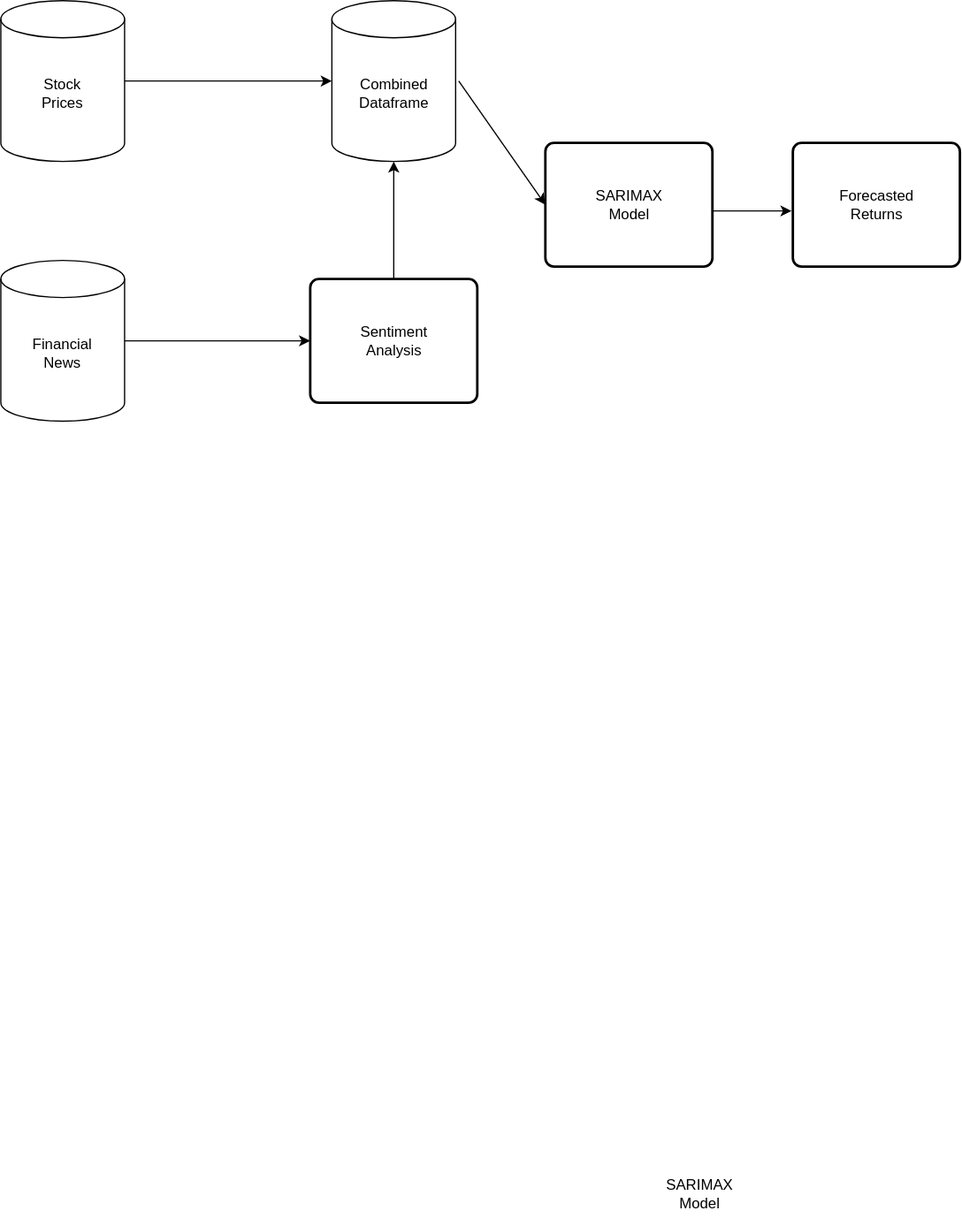
The draw.io diagram docs/figures/wireframe.svg in jiroamato/Stock-Trend-Prediction-With-NLP, before a commit. Source tidied: cells renumbered, new cells last; positions are measured from the earlier drawing's top-left corner, leaving out a move shared by most shapes. Source of this version:
```xml
<mxGraphModel>
  <root>
    <mxCell id="0" />
    <mxCell id="1" parent="0" />
    <mxCell id="2" style="shape=cylinder3;whiteSpace=wrap;html=1;boundedLbl=1;backgroundOutline=1;size=15;gradientColor=none;fillStyle=solid;fillColor=#FFFFFF;strokeColor=#000000;" parent="1" vertex="1">
      <mxGeometry y="210" width="100" height="130" as="geometry" />
    </mxCell>
    <mxCell id="3" value="Financial&lt;div&gt;News&lt;/div&gt;" style="text;strokeColor=none;align=center;fillColor=none;html=1;verticalAlign=middle;whiteSpace=wrap;rounded=0;" parent="1" vertex="1">
      <mxGeometry x="20" y="270" width="60" height="30" as="geometry" />
    </mxCell>
    <mxCell id="4" style="rounded=1;whiteSpace=wrap;html=1;absoluteArcSize=1;arcSize=14;strokeWidth=2;strokeColor=#000000;fillColor=#FFFFFF;" parent="1" vertex="1">
      <mxGeometry x="250" y="225" width="135" height="100" as="geometry" />
    </mxCell>
    <mxCell id="5" value="Sentiment&lt;div&gt;Analysis&lt;/div&gt;" style="text;strokeColor=none;align=center;fillColor=none;html=1;verticalAlign=middle;whiteSpace=wrap;rounded=0;" parent="1" vertex="1">
      <mxGeometry x="272.5" y="250" width="90" height="50" as="geometry" />
    </mxCell>
    <mxCell id="6" style="shape=cylinder3;whiteSpace=wrap;html=1;boundedLbl=1;backgroundOutline=1;size=15;gradientColor=none;fillStyle=solid;fillColor=#FFFFFF;strokeColor=#000000;" parent="1" vertex="1">
      <mxGeometry width="100" height="130" as="geometry" />
    </mxCell>
    <mxCell id="7" value="Stock Prices" style="text;strokeColor=none;align=center;fillColor=none;html=1;verticalAlign=middle;whiteSpace=wrap;rounded=0;" parent="1" vertex="1">
      <mxGeometry x="20" y="60" width="60" height="30" as="geometry" />
    </mxCell>
    <mxCell id="8" style="shape=cylinder3;whiteSpace=wrap;html=1;boundedLbl=1;backgroundOutline=1;size=15;gradientColor=none;fillStyle=solid;fillColor=#FFFFFF;strokeColor=#000000;" parent="1" vertex="1">
      <mxGeometry x="267.5" width="100" height="130" as="geometry" />
    </mxCell>
    <mxCell id="9" value="Combined Dataframe" style="text;strokeColor=none;align=center;fillColor=none;html=1;verticalAlign=middle;whiteSpace=wrap;rounded=0;" parent="1" vertex="1">
      <mxGeometry x="272.5" y="50" width="90" height="50" as="geometry" />
    </mxCell>
    <mxCell id="10" style="rounded=1;whiteSpace=wrap;html=1;absoluteArcSize=1;arcSize=14;strokeWidth=2;strokeColor=#000000;fillColor=#FFFFFF;" parent="1" vertex="1">
      <mxGeometry x="440" y="115" width="135" height="100" as="geometry" />
    </mxCell>
    <mxCell id="11" value="SARIMAX Model" style="text;strokeColor=none;align=center;fillColor=none;html=1;verticalAlign=middle;whiteSpace=wrap;rounded=0;" parent="1" vertex="1">
      <mxGeometry x="520" y="940" width="90" height="50" as="geometry" />
    </mxCell>
    <mxCell id="12" style="endArrow=classic;html=1;rounded=0;exitX=1;exitY=0.5;exitDx=0;exitDy=0;exitPerimeter=0;entryX=0;entryY=0.5;entryDx=0;entryDy=0;" parent="1" edge="1" source="2" target="4">
      <mxGeometry relative="1" as="geometry" />
    </mxCell>
    <mxCell id="13" value="SARIMAX Model" style="text;strokeColor=none;align=center;fillColor=none;html=1;verticalAlign=middle;whiteSpace=wrap;rounded=0;" parent="1" vertex="1">
      <mxGeometry x="462.5" y="140" width="90" height="50" as="geometry" />
    </mxCell>
    <mxCell id="14" style="endArrow=classic;html=1;rounded=0;exitX=1;exitY=0.5;exitDx=0;exitDy=0;exitPerimeter=0;entryX=0;entryY=0.5;entryDx=0;entryDy=0;entryPerimeter=0;" parent="1" edge="1" source="6" target="8">
      <mxGeometry relative="1" as="geometry" />
    </mxCell>
    <mxCell id="15" style="endArrow=classic;html=1;rounded=0;entryX=0;entryY=0.5;entryDx=0;entryDy=0;" parent="1" edge="1" target="10">
      <mxGeometry relative="1" as="geometry">
        <mxPoint x="370" y="65" as="sourcePoint" />
      </mxGeometry>
    </mxCell>
    <mxCell id="16" style="rounded=1;whiteSpace=wrap;html=1;absoluteArcSize=1;arcSize=14;strokeWidth=2;strokeColor=#000000;fillColor=#FFFFFF;" parent="1" vertex="1">
      <mxGeometry x="640" y="115" width="135" height="100" as="geometry" />
    </mxCell>
    <mxCell id="17" value="Forecasted Returns" style="text;strokeColor=none;align=center;fillColor=none;html=1;verticalAlign=middle;whiteSpace=wrap;rounded=0;" parent="1" vertex="1">
      <mxGeometry x="662.5" y="140" width="90" height="50" as="geometry" />
    </mxCell>
    <mxCell id="18" style="endArrow=classic;html=1;rounded=0;exitX=0.5;exitY=0;exitDx=0;exitDy=0;entryX=0.5;entryY=1;entryDx=0;entryDy=0;entryPerimeter=0;" parent="1" edge="1" source="4" target="8">
      <mxGeometry relative="1" as="geometry" />
    </mxCell>
    <mxCell id="19" style="endArrow=classic;html=1;rounded=0;" parent="1" edge="1">
      <mxGeometry relative="1" as="geometry">
        <mxPoint x="575" y="170" as="sourcePoint" />
        <mxPoint x="639" y="170" as="targetPoint" />
      </mxGeometry>
    </mxCell>
  </root>
</mxGraphModel>
```
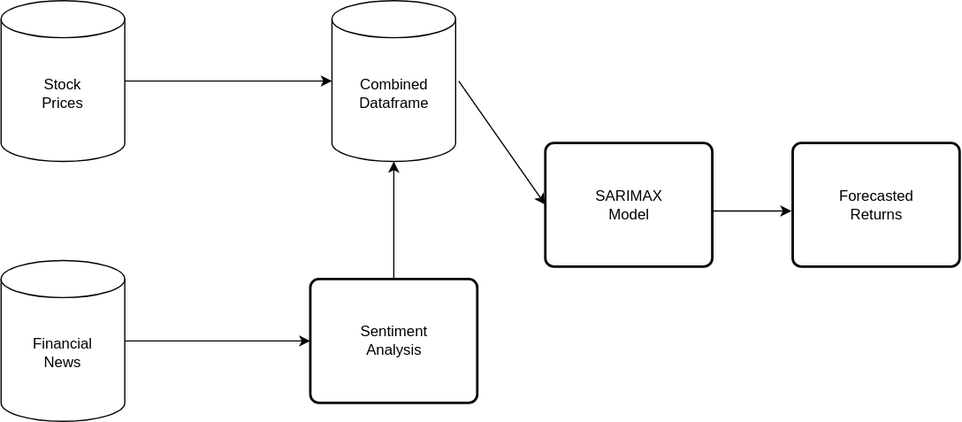
The same file after the commit.

What changed in the source:
```diff
@@ -29,9 +29,6 @@
     <mxCell id="10" style="rounded=1;whiteSpace=wrap;html=1;absoluteArcSize=1;arcSize=14;strokeWidth=2;strokeColor=#000000;fillColor=#FFFFFF;" parent="1" vertex="1">
       <mxGeometry x="440" y="115" width="135" height="100" as="geometry" />
     </mxCell>
-    <mxCell id="11" value="SARIMAX Model" style="text;strokeColor=none;align=center;fillColor=none;html=1;verticalAlign=middle;whiteSpace=wrap;rounded=0;" parent="1" vertex="1">
-      <mxGeometry x="520" y="940" width="90" height="50" as="geometry" />
-    </mxCell>
     <mxCell id="12" style="endArrow=classic;html=1;rounded=0;exitX=1;exitY=0.5;exitDx=0;exitDy=0;exitPerimeter=0;entryX=0;entryY=0.5;entryDx=0;entryDy=0;" parent="1" edge="1" source="2" target="4">
       <mxGeometry relative="1" as="geometry" />
     </mxCell>
```
